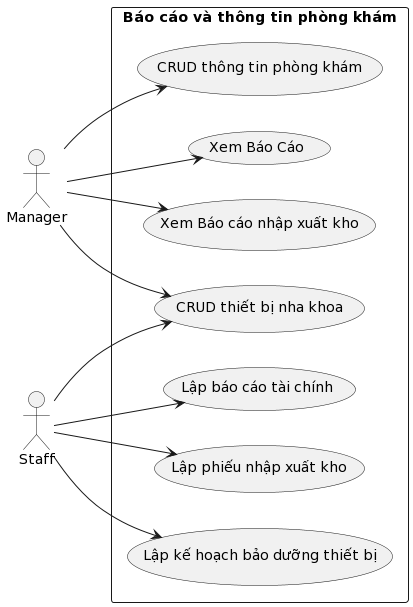
Before: Lab1.2/UseCase Diagram/Báo cáo và thông tin phòng khám/Báo cáo và thông tin phòng khám.png, a diagram exported from PlantUML (baonehe/SE357-Pratice-class). Source of this version:
```plantuml
@startuml
left to right direction
actor "Manager" as manager
actor "Staff" as employee
rectangle "Báo cáo và thông tin phòng khám" {
  usecase "Lập báo cáo tài chính " as createReport
  usecase "Lập phiếu nhập xuất kho" as createWarehouseReceipt
  usecase "Xem Báo Cáo" as viewReport
  usecase "Xem Báo cáo nhập xuất kho" as viewWarehouseReceipt
  usecase "Lập kế hoạch bảo dưỡng thiết bị" as Planequipmentmaintenance
  usecase " CRUD thông tin phòng khám " as infomation
  usecase " CRUD thiết bị nha khoa " as dentalequipment
}

manager --> viewReport
manager --> viewWarehouseReceipt
manager --> infomation
manager --> dentalequipment

employee --> createWarehouseReceipt
employee --> createReport
employee --> Planequipmentmaintenance
employee --> dentalequipment
@enduml
```
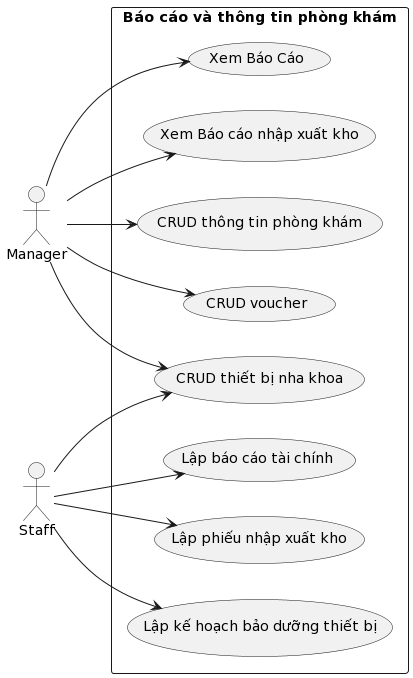
The same diagram one commit later.

Change to the diagram source:
```diff
@@ -10,12 +10,14 @@
   usecase "Lập kế hoạch bảo dưỡng thiết bị" as Planequipmentmaintenance
   usecase " CRUD thông tin phòng khám " as infomation
   usecase " CRUD thiết bị nha khoa " as dentalequipment
+  usecase " CRUD voucher " as voucher
 }
 
 manager --> viewReport
 manager --> viewWarehouseReceipt
 manager --> infomation
 manager --> dentalequipment
+manager --> voucher
 
 employee --> createWarehouseReceipt
 employee --> createReport
```
